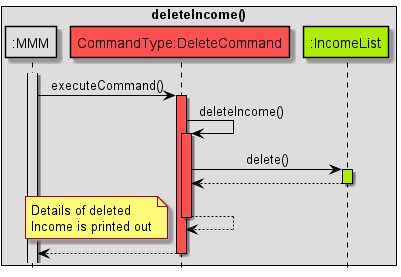
This is docs/images/DeleteIncomeSequenceDiagram.png from nus-cs2113-AY2122S2/tp, a PlantUML export, as it was before one commit.
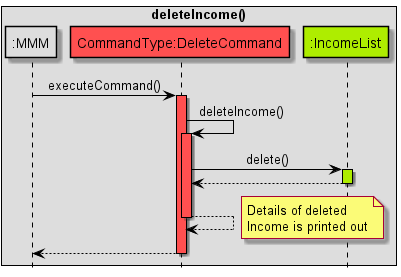
Above is the later version.

The edit, as a diff of the source:
```diff
@@ -17,7 +17,6 @@
 participant ":IncomeList" as IL DATA_COLOUR
 end box
 
-activate MMM MMM_COLOUR
 MMM -> C: executeCommand()
 activate C COMMANDS_COLOUR
 
@@ -31,7 +30,7 @@
 
 C --> C
 
-note left
+note right
 Details of deleted
 Income is printed out
 end note
```
